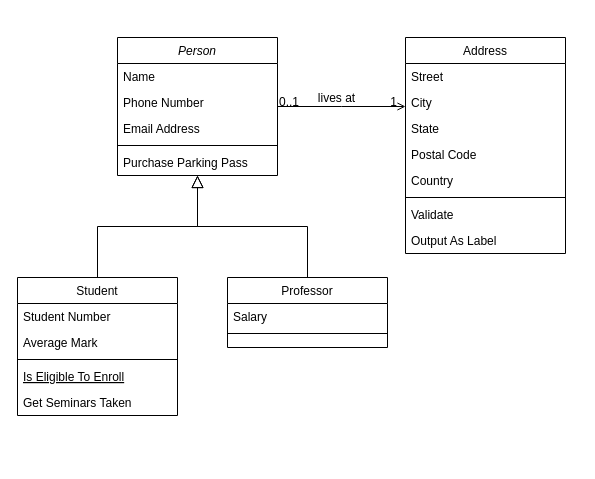
Earlier version of the draw.io diagram Class Diagram.drawio (SacredDoggo/sem-6-project-diagrams). Source tidied: cells renumbered, new cells numbered last; positions are measured from the earlier drawing's top-left corner, leaving out a move shared by most shapes. Both pictures are drawn from the tidied source at 100%, with x=0, y=0 at pixel (17, 37).
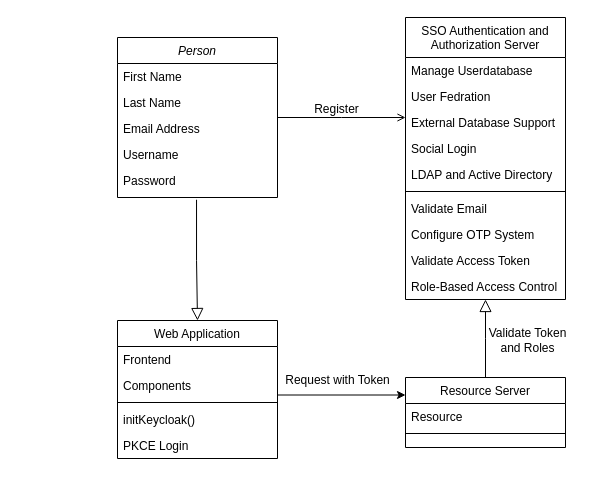
The same diagram, later.

The change refers to these unchanged cells:
```xml
<mxCell id="28" style="endArrow=open;shadow=0;strokeWidth=1;rounded=0;endFill=1;edgeStyle=elbowEdgeStyle;elbow=vertical;" parent="1" edge="1" source="2" target="19">
  <mxGeometry x="0.5" y="41" relative="1" as="geometry">
    <mxPoint x="-40" y="32" as="offset" />
  </mxGeometry>
</mxCell>
```

Diff of the diagram source:
```diff
@@
     <mxCell id="2" value="Person" style="swimlane;fontStyle=2;align=center;verticalAlign=top;horizontal=1;startSize=26;rounded=0;shadow=0;strokeWidth=1;" parent="1" vertex="1">
-      <mxGeometry x="100" width="160" height="138" as="geometry" />
+      <mxGeometry x="100" width="160" height="160" as="geometry" />
     </mxCell>
-    <mxCell id="3" value="Name" style="text;align=left;verticalAlign=top;spacingLeft=4;spacingRight=4;overflow=hidden;" parent="2" vertex="1">
+    <mxCell id="3" value="First Name&#10;" style="text;align=left;verticalAlign=top;spacingLeft=4;spacingRight=4;overflow=hidden;" parent="2" vertex="1">
       <mxGeometry y="26" width="160" height="26" as="geometry" />
     </mxCell>
-    <mxCell id="4" value="Phone Number" style="text;align=left;verticalAlign=top;spacingLeft=4;spacingRight=4;overflow=hidden;rounded=0;shadow=0;html=0;" parent="2" vertex="1">
+    <mxCell id="4" value="Last Name   " style="text;align=left;verticalAlign=top;spacingLeft=4;spacingRight=4;overflow=hidden;rounded=0;shadow=0;html=0;" parent="2" vertex="1">
       <mxGeometry y="52" width="160" height="26" as="geometry" />
     </mxCell>
@@
-    <mxCell id="6" style="line;html=1;strokeWidth=1;align=left;verticalAlign=middle;spacingTop=-1;spacingLeft=3;spacingRight=3;labelPosition=right;" parent="2" vertex="1">
-      <mxGeometry y="104" width="160" height="8" as="geometry" />
-    </mxCell>
-    <mxCell id="7" value="Purchase Parking Pass" style="text;align=left;verticalAlign=top;spacingLeft=4;spacingRight=4;overflow=hidden;" parent="2" vertex="1">
-      <mxGeometry y="112" width="160" height="26" as="geometry" />
+    <mxCell id="7" value="Username" style="text;align=left;verticalAlign=top;spacingLeft=4;spacingRight=4;overflow=hidden;" parent="2" vertex="1">
+      <mxGeometry y="104" width="160" height="26" as="geometry" />
     </mxCell>
+    <mxCell id="32" value="Password" style="text;align=left;verticalAlign=top;spacingLeft=4;spacingRight=4;overflow=hidden;points=[[0,0.5],[1,0.5]];portConstraint=eastwest;rounded=0;shadow=0;html=0;" parent="2" vertex="1">
+      <mxGeometry y="130" width="160" height="30" as="geometry" />
+    </mxCell>
+    <mxCell id="33" style="edgeStyle=orthogonalEdgeStyle;rounded=0;jettySize=auto;html=1;entryX=0;entryY=0.25;entryDx=0;entryDy=0;" parent="1" edge="1" source="8" target="15">
+      <mxGeometry relative="1" as="geometry">
+        <Array as="points">
+          <mxPoint x="260" y="358" />
+          <mxPoint x="260" y="358" />
+        </Array>
+      </mxGeometry>
+    </mxCell>
-    <mxCell id="8" value="Student" style="swimlane;fontStyle=0;align=center;verticalAlign=top;horizontal=1;startSize=26;rounded=0;shadow=0;strokeWidth=1;" parent="1" vertex="1">
-      <mxGeometry y="240" width="160" height="138" as="geometry" />
+    <mxCell id="8" value="Web Application" style="swimlane;fontStyle=0;align=center;verticalAlign=top;horizontal=1;startSize=26;rounded=0;shadow=0;strokeWidth=1;" parent="1" vertex="1">
+      <mxGeometry x="100" y="283" width="160" height="138" as="geometry" />
     </mxCell>
-    <mxCell id="9" value="Student Number" style="text;align=left;verticalAlign=top;spacingLeft=4;spacingRight=4;overflow=hidden;" parent="8" vertex="1">
+    <mxCell id="9" value="Frontend" style="text;align=left;verticalAlign=top;spacingLeft=4;spacingRight=4;overflow=hidden;" parent="8" vertex="1">
       <mxGeometry y="26" width="160" height="26" as="geometry" />
     </mxCell>
-    <mxCell id="10" value="Average Mark" style="text;align=left;verticalAlign=top;spacingLeft=4;spacingRight=4;overflow=hidden;rounded=0;shadow=0;html=0;" parent="8" vertex="1">
+    <mxCell id="10" value="Components" style="text;align=left;verticalAlign=top;spacingLeft=4;spacingRight=4;overflow=hidden;rounded=0;shadow=0;html=0;" parent="8" vertex="1">
       <mxGeometry y="52" width="160" height="26" as="geometry" />
     </mxCell>
@@
-    <mxCell id="12" value="Is Eligible To Enroll" style="text;align=left;verticalAlign=top;spacingLeft=4;spacingRight=4;overflow=hidden;fontStyle=4;" parent="8" vertex="1">
+    <mxCell id="12" value="initKeycloak()" style="text;align=left;verticalAlign=top;spacingLeft=4;spacingRight=4;overflow=hidden;fontStyle=0;" parent="8" vertex="1">
       <mxGeometry y="86" width="160" height="26" as="geometry" />
     </mxCell>
-    <mxCell id="13" value="Get Seminars Taken" style="text;align=left;verticalAlign=top;spacingLeft=4;spacingRight=4;overflow=hidden;" parent="8" vertex="1">
+    <mxCell id="13" value="PKCE Login" style="text;align=left;verticalAlign=top;spacingLeft=4;spacingRight=4;overflow=hidden;" parent="8" vertex="1">
       <mxGeometry y="112" width="160" height="26" as="geometry" />
     </mxCell>
-    <mxCell id="14" style="endArrow=block;endSize=10;endFill=0;shadow=0;strokeWidth=1;rounded=0;edgeStyle=elbowEdgeStyle;elbow=vertical;" parent="1" edge="1" source="8" target="2">
+    <mxCell id="14" style="endArrow=block;endSize=10;endFill=0;shadow=0;strokeWidth=1;rounded=0;edgeStyle=elbowEdgeStyle;elbow=vertical;exitX=0.494;exitY=1.075;exitDx=0;exitDy=0;exitPerimeter=0;entryX=0.5;entryY=0;entryDx=0;entryDy=0;" parent="1" edge="1" source="32" target="8">
       <mxGeometry relative="1" as="geometry" />
     </mxCell>
-    <mxCell id="15" value="Professor" style="swimlane;fontStyle=0;align=center;verticalAlign=top;horizontal=1;startSize=26;rounded=0;shadow=0;strokeWidth=1;" parent="1" vertex="1">
-      <mxGeometry x="210" y="240" width="160" height="70" as="geometry" />
+    <mxCell id="15" value="Resource Server" style="swimlane;fontStyle=0;align=center;verticalAlign=top;horizontal=1;startSize=26;rounded=0;shadow=0;strokeWidth=1;" parent="1" vertex="1">
+      <mxGeometry x="388" y="340" width="160" height="70" as="geometry" />
     </mxCell>
-    <mxCell id="16" value="Salary" style="text;align=left;verticalAlign=top;spacingLeft=4;spacingRight=4;overflow=hidden;" parent="15" vertex="1">
+    <mxCell id="16" value="Resource " style="text;align=left;verticalAlign=top;spacingLeft=4;spacingRight=4;overflow=hidden;" parent="15" vertex="1">
       <mxGeometry y="26" width="160" height="26" as="geometry" />
     </mxCell>
@@
-    <mxCell id="18" style="endArrow=block;endSize=10;endFill=0;shadow=0;strokeWidth=1;rounded=0;edgeStyle=elbowEdgeStyle;elbow=vertical;" parent="1" edge="1" source="15" target="2">
+    <mxCell id="18" style="endArrow=block;endSize=10;endFill=0;shadow=0;strokeWidth=1;rounded=0;edgeStyle=elbowEdgeStyle;elbow=vertical;entryX=0.5;entryY=1;entryDx=0;entryDy=0;" parent="1" edge="1" source="15" target="19">
       <mxGeometry relative="1" as="geometry" />
     </mxCell>
-    <mxCell id="19" value="Address" style="swimlane;fontStyle=0;align=center;verticalAlign=top;horizontal=1;startSize=26;rounded=0;shadow=0;strokeWidth=1;" parent="1" vertex="1">
-      <mxGeometry x="388" width="160" height="216" as="geometry" />
+    <mxCell id="19" value="SSO Authentication and &#10;Authorization Server&#10;" style="swimlane;fontStyle=0;align=center;verticalAlign=top;horizontal=1;startSize=40;rounded=0;shadow=0;strokeWidth=1;" parent="1" vertex="1">
+      <mxGeometry x="388" y="-20" width="160" height="282" as="geometry" />
     </mxCell>
-    <mxCell id="20" value="Street" style="text;align=left;verticalAlign=top;spacingLeft=4;spacingRight=4;overflow=hidden;" parent="19" vertex="1">
-      <mxGeometry y="26" width="160" height="26" as="geometry" />
+    <mxCell id="20" value="Manage Userdatabase" style="text;align=left;verticalAlign=top;spacingLeft=4;spacingRight=4;overflow=hidden;" parent="19" vertex="1">
+      <mxGeometry y="40" width="160" height="26" as="geometry" />
     </mxCell>
-    <mxCell id="21" value="City" style="text;align=left;verticalAlign=top;spacingLeft=4;spacingRight=4;overflow=hidden;rounded=0;shadow=0;html=0;" parent="19" vertex="1">
-      <mxGeometry y="52" width="160" height="26" as="geometry" />
+    <mxCell id="21" value="User Fedration" style="text;align=left;verticalAlign=top;spacingLeft=4;spacingRight=4;overflow=hidden;rounded=0;shadow=0;html=0;" parent="19" vertex="1">
+      <mxGeometry y="66" width="160" height="26" as="geometry" />
     </mxCell>
-    <mxCell id="22" value="State" style="text;align=left;verticalAlign=top;spacingLeft=4;spacingRight=4;overflow=hidden;rounded=0;shadow=0;html=0;" parent="19" vertex="1">
-      <mxGeometry y="78" width="160" height="26" as="geometry" />
+    <mxCell id="22" value="External Database Support" style="text;align=left;verticalAlign=top;spacingLeft=4;spacingRight=4;overflow=hidden;rounded=0;shadow=0;html=0;" parent="19" vertex="1">
+      <mxGeometry y="92" width="160" height="26" as="geometry" />
     </mxCell>
-    <mxCell id="23" value="Postal Code" style="text;align=left;verticalAlign=top;spacingLeft=4;spacingRight=4;overflow=hidden;rounded=0;shadow=0;html=0;" parent="19" vertex="1">
-      <mxGeometry y="104" width="160" height="26" as="geometry" />
+    <mxCell id="23" value="Social Login" style="text;align=left;verticalAlign=top;spacingLeft=4;spacingRight=4;overflow=hidden;rounded=0;shadow=0;html=0;" parent="19" vertex="1">
+      <mxGeometry y="118" width="160" height="26" as="geometry" />
     </mxCell>
-    <mxCell id="24" value="Country" style="text;align=left;verticalAlign=top;spacingLeft=4;spacingRight=4;overflow=hidden;rounded=0;shadow=0;html=0;" parent="19" vertex="1">
-      <mxGeometry y="130" width="160" height="26" as="geometry" />
+    <mxCell id="24" value="LDAP and Active Directory" style="text;align=left;verticalAlign=top;spacingLeft=4;spacingRight=4;overflow=hidden;rounded=0;shadow=0;html=0;" parent="19" vertex="1">
+      <mxGeometry y="144" width="160" height="26" as="geometry" />
     </mxCell>
     <mxCell id="25" style="line;html=1;strokeWidth=1;align=left;verticalAlign=middle;spacingTop=-1;spacingLeft=3;spacingRight=3;labelPosition=right;" parent="19" vertex="1">
-      <mxGeometry y="156" width="160" height="8" as="geometry" />
+      <mxGeometry y="170" width="160" height="8" as="geometry" />
     </mxCell>
-    <mxCell id="26" value="Validate" style="text;align=left;verticalAlign=top;spacingLeft=4;spacingRight=4;overflow=hidden;" parent="19" vertex="1">
-      <mxGeometry y="164" width="160" height="26" as="geometry" />
+    <mxCell id="26" value="Validate Email" style="text;align=left;verticalAlign=top;spacingLeft=4;spacingRight=4;overflow=hidden;" parent="19" vertex="1">
+      <mxGeometry y="178" width="160" height="26" as="geometry" />
     </mxCell>
-    <mxCell id="27" value="Output As Label" style="text;align=left;verticalAlign=top;spacingLeft=4;spacingRight=4;overflow=hidden;" parent="19" vertex="1">
-      <mxGeometry y="190" width="160" height="26" as="geometry" />
+    <mxCell id="27" value="Configure OTP System" style="text;align=left;verticalAlign=top;spacingLeft=4;spacingRight=4;overflow=hidden;" parent="19" vertex="1">
+      <mxGeometry y="204" width="160" height="26" as="geometry" />
     </mxCell>
+    <mxCell id="34" value="Validate Access Token" style="text;align=left;verticalAlign=top;spacingLeft=4;spacingRight=4;overflow=hidden;" parent="19" vertex="1">
+      <mxGeometry y="230" width="160" height="26" as="geometry" />
+    </mxCell>
+    <mxCell id="35" value="Role-Based Access Control" style="text;align=left;verticalAlign=top;spacingLeft=4;spacingRight=4;overflow=hidden;" parent="19" vertex="1">
+      <mxGeometry y="256" width="160" height="26" as="geometry" />
+    </mxCell>
@@
-    <mxCell id="29" value="0..1" style="align=left;verticalAlign=bottom;labelBackgroundColor=none;fontSize=12;" parent="28" vertex="1">
+    <mxCell id="29" style="align=left;verticalAlign=bottom;labelBackgroundColor=none;fontSize=12;" parent="28" vertex="1">
       <mxGeometry x="-1" relative="1" as="geometry">
         <mxPoint y="4" as="offset" />
       </mxGeometry>
     </mxCell>
-    <mxCell id="30" value="1" style="align=right;verticalAlign=bottom;labelBackgroundColor=none;fontSize=12;" parent="28" vertex="1">
-      <mxGeometry x="1" relative="1" as="geometry">
-        <mxPoint x="-7" y="4" as="offset" />
-      </mxGeometry>
-    </mxCell>
-    <mxCell id="31" value="lives at" style="text;html=1;align=center;verticalAlign=middle;labelBackgroundColor=none;rounded=0;shadow=0;strokeWidth=1;fontSize=12;" parent="28" vertex="1">
+    <mxCell id="31" value="Register" style="text;html=1;align=center;verticalAlign=middle;labelBackgroundColor=none;rounded=0;shadow=0;strokeWidth=1;fontSize=12;" parent="28" vertex="1">
       <mxGeometry x="0.5" y="49" relative="1" as="geometry">
         <mxPoint x="-38" y="40" as="offset" />
       </mxGeometry>
     </mxCell>
+    <mxCell id="36" value="&lt;div&gt;Validate Token&lt;/div&gt;&lt;div&gt;and Roles&lt;br&gt;&lt;/div&gt;" style="text;html=1;align=center;verticalAlign=middle;strokeColor=none;fillColor=none;" parent="1" vertex="1">
+      <mxGeometry x="460" y="283" width="100" height="40" as="geometry" />
+    </mxCell>
+    <mxCell id="37" value="Request with Token" style="text;html=1;align=center;verticalAlign=middle;strokeColor=none;fillColor=none;" parent="1" vertex="1">
+      <mxGeometry x="255" y="328" width="130" height="30" as="geometry" />
+    </mxCell>
```
